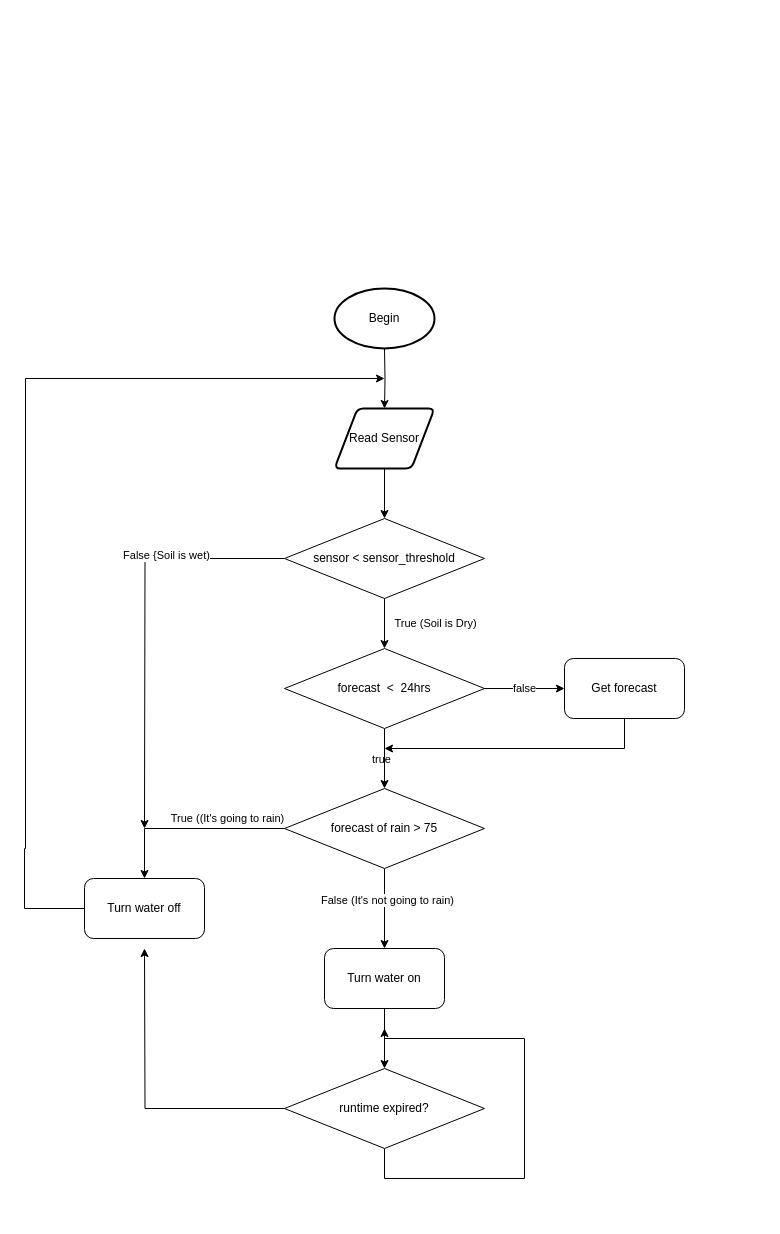
TamaMak/at1 keeps this draw.io diagram as Untitled Diagram.drawio. Above is the earlier version. Source tidied: cells renumbered, new cells numbered last; positions are measured from the earlier drawing's top-left corner, leaving out a move shared by most shapes. Both pictures are drawn from the tidied source at 100%, with x=0, y=0 at pixel (24, 288).
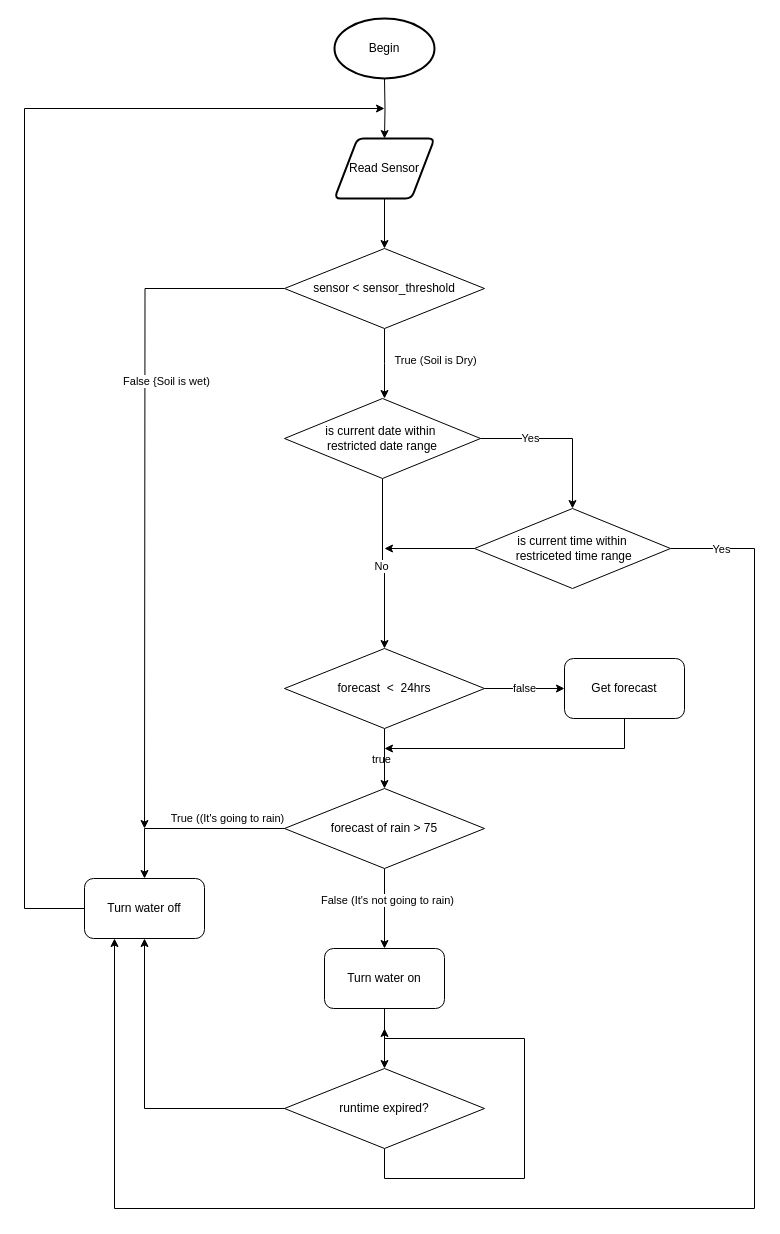
Above is the later version.

Commit message:
Smart irrigation optimised

The change refers to these unchanged cells:
```xml
<mxCell id="14" value="runtime expired?" style="rhombus;whiteSpace=wrap;html=1;" parent="1" vertex="1">
  <mxGeometry x="260" y="780" width="200" height="80" as="geometry" />
</mxCell>
<mxCell id="16" value="Turn water off" style="rounded=1;whiteSpace=wrap;html=1;" parent="1" vertex="1">
  <mxGeometry x="60" y="590" width="120" height="60" as="geometry" />
</mxCell>
<mxCell id="27" value="forecast&amp;nbsp; &amp;lt;&amp;nbsp; 24hrs" style="rhombus;whiteSpace=wrap;html=1;" parent="1" vertex="1">
  <mxGeometry x="260" y="360" width="200" height="80" as="geometry" />
</mxCell>
```

The edit, as a diff of the source:
```diff
@@
     <mxCell id="2" style="edgeStyle=orthogonalEdgeStyle;rounded=0;jettySize=auto;html=1;entryX=0.5;entryY=0;entryDx=0;entryDy=0;" parent="1" edge="1" target="4">
       <mxGeometry relative="1" as="geometry">
-        <mxPoint x="360" y="60" as="sourcePoint" />
+        <mxPoint x="360" y="-210" as="sourcePoint" />
       </mxGeometry>
     </mxCell>
@@
     <mxCell id="4" value="Read Sensor" style="shape=parallelogram;html=1;strokeWidth=2;perimeter=parallelogramPerimeter;whiteSpace=wrap;rounded=1;arcSize=12;size=0.23;" parent="1" vertex="1">
-      <mxGeometry x="310" y="120" width="100" height="60" as="geometry" />
+      <mxGeometry x="310" y="-150" width="100" height="60" as="geometry" />
     </mxCell>
-    <mxCell id="5" style="edgeStyle=orthogonalEdgeStyle;rounded=0;jettySize=auto;html=1;entryX=0.5;entryY=0;entryDx=0;entryDy=0;" parent="1" edge="1" source="9" target="27">
-      <mxGeometry relative="1" as="geometry" />
+    <mxCell id="5" style="edgeStyle=orthogonalEdgeStyle;rounded=0;jettySize=auto;html=1;" parent="1" edge="1" source="9">
+      <mxGeometry relative="1" as="geometry">
+        <mxPoint x="360" y="110" as="targetPoint" />
+      </mxGeometry>
     </mxCell>
@@
     <mxCell id="9" value="sensor &amp;lt; sensor_threshold" style="rhombus;whiteSpace=wrap;html=1;" parent="1" vertex="1">
-      <mxGeometry x="260" y="230" width="200" height="80" as="geometry" />
+      <mxGeometry x="260" y="-40" width="200" height="80" as="geometry" />
     </mxCell>
@@
-    <mxCell id="12" style="edgeStyle=orthogonalEdgeStyle;rounded=0;jettySize=auto;html=1;" parent="1" edge="1" source="14">
-      <mxGeometry relative="1" as="geometry">
-        <mxPoint x="120" y="660" as="targetPoint" />
-      </mxGeometry>
+    <mxCell id="12" style="edgeStyle=orthogonalEdgeStyle;rounded=0;jettySize=auto;html=1;entryX=0.5;entryY=1;entryDx=0;entryDy=0;" parent="1" edge="1" source="14" target="16">
+      <mxGeometry relative="1" as="geometry" />
     </mxCell>
@@
     <mxCell id="15" style="edgeStyle=orthogonalEdgeStyle;rounded=0;jettySize=auto;html=1;exitX=0;exitY=0.5;exitDx=0;exitDy=0;" parent="1" edge="1" source="16">
       <mxGeometry relative="1" as="geometry">
-        <mxPoint x="360" y="90" as="targetPoint" />
+        <mxPoint x="360" y="-180" as="targetPoint" />
         <Array as="points">
           <mxPoint y="620" />
-          <mxPoint y="560" />
-          <mxPoint x="1" y="560" />
-          <mxPoint x="1" y="90" />
+          <mxPoint y="-180" />
         </Array>
       </mxGeometry>
     </mxCell>
@@
     <mxCell id="21" value="Begin" style="strokeWidth=2;html=1;shape=mxgraph.flowchart.start_1;whiteSpace=wrap;" parent="1" vertex="1">
-      <mxGeometry x="310" width="100" height="60" as="geometry" />
+      <mxGeometry x="310" y="-270" width="100" height="60" as="geometry" />
     </mxCell>
@@
+    <mxCell id="28" style="edgeStyle=orthogonalEdgeStyle;rounded=0;jettySize=auto;html=1;entryX=0.5;entryY=0;entryDx=0;entryDy=0;" parent="1" edge="1" source="32" target="27">
+      <mxGeometry relative="1" as="geometry">
+        <Array as="points">
+          <mxPoint x="358" y="275" />
+          <mxPoint x="360" y="275" />
+        </Array>
+      </mxGeometry>
+    </mxCell>
+    <mxCell id="29" value="No" style="edgeLabel;html=1;align=center;verticalAlign=middle;" parent="28" vertex="1">
+      <mxGeometry x="-0.01" y="-3" relative="1" as="geometry">
+        <mxPoint x="-2" y="-1" as="offset" />
+      </mxGeometry>
+    </mxCell>
+    <mxCell id="30" style="edgeStyle=orthogonalEdgeStyle;rounded=0;jettySize=auto;html=1;entryX=0.5;entryY=0;entryDx=0;entryDy=0;" parent="1" edge="1" source="32" target="36">
+      <mxGeometry relative="1" as="geometry">
+        <Array as="points">
+          <mxPoint x="548" y="150" />
+        </Array>
+      </mxGeometry>
+    </mxCell>
+    <mxCell id="31" value="Yes" style="edgeLabel;html=1;align=center;verticalAlign=middle;" parent="30" vertex="1">
+      <mxGeometry x="-0.39" y="1" relative="1" as="geometry" />
+    </mxCell>
+    <mxCell id="32" value="is current date within&amp;nbsp;&lt;div&gt;restricted date range&lt;/div&gt;" style="rhombus;whiteSpace=wrap;html=1;" parent="1" vertex="1">
+      <mxGeometry x="260" y="110" width="196" height="80" as="geometry" />
+    </mxCell>
+    <mxCell id="33" style="edgeStyle=orthogonalEdgeStyle;rounded=0;jettySize=auto;html=1;" parent="1" edge="1" source="36">
+      <mxGeometry relative="1" as="geometry">
+        <mxPoint x="360" y="260" as="targetPoint" />
+      </mxGeometry>
+    </mxCell>
+    <mxCell id="34" style="edgeStyle=orthogonalEdgeStyle;rounded=0;jettySize=auto;html=1;entryX=0.25;entryY=1;entryDx=0;entryDy=0;" parent="1" edge="1" source="36" target="16">
+      <mxGeometry relative="1" as="geometry">
+        <Array as="points">
+          <mxPoint x="730" y="260" />
+          <mxPoint x="730" y="920" />
+          <mxPoint x="90" y="920" />
+        </Array>
+      </mxGeometry>
+    </mxCell>
+    <mxCell id="35" value="Yes" style="edgeLabel;html=1;align=center;verticalAlign=middle;" parent="34" vertex="1">
+      <mxGeometry x="-0.94" relative="1" as="geometry" />
+    </mxCell>
+    <mxCell id="36" value="is current time within&lt;div&gt;&amp;nbsp;restriceted time range&lt;/div&gt;" style="rhombus;whiteSpace=wrap;html=1;" parent="1" vertex="1">
+      <mxGeometry x="450" y="220" width="196" height="80" as="geometry" />
+    </mxCell>
```
